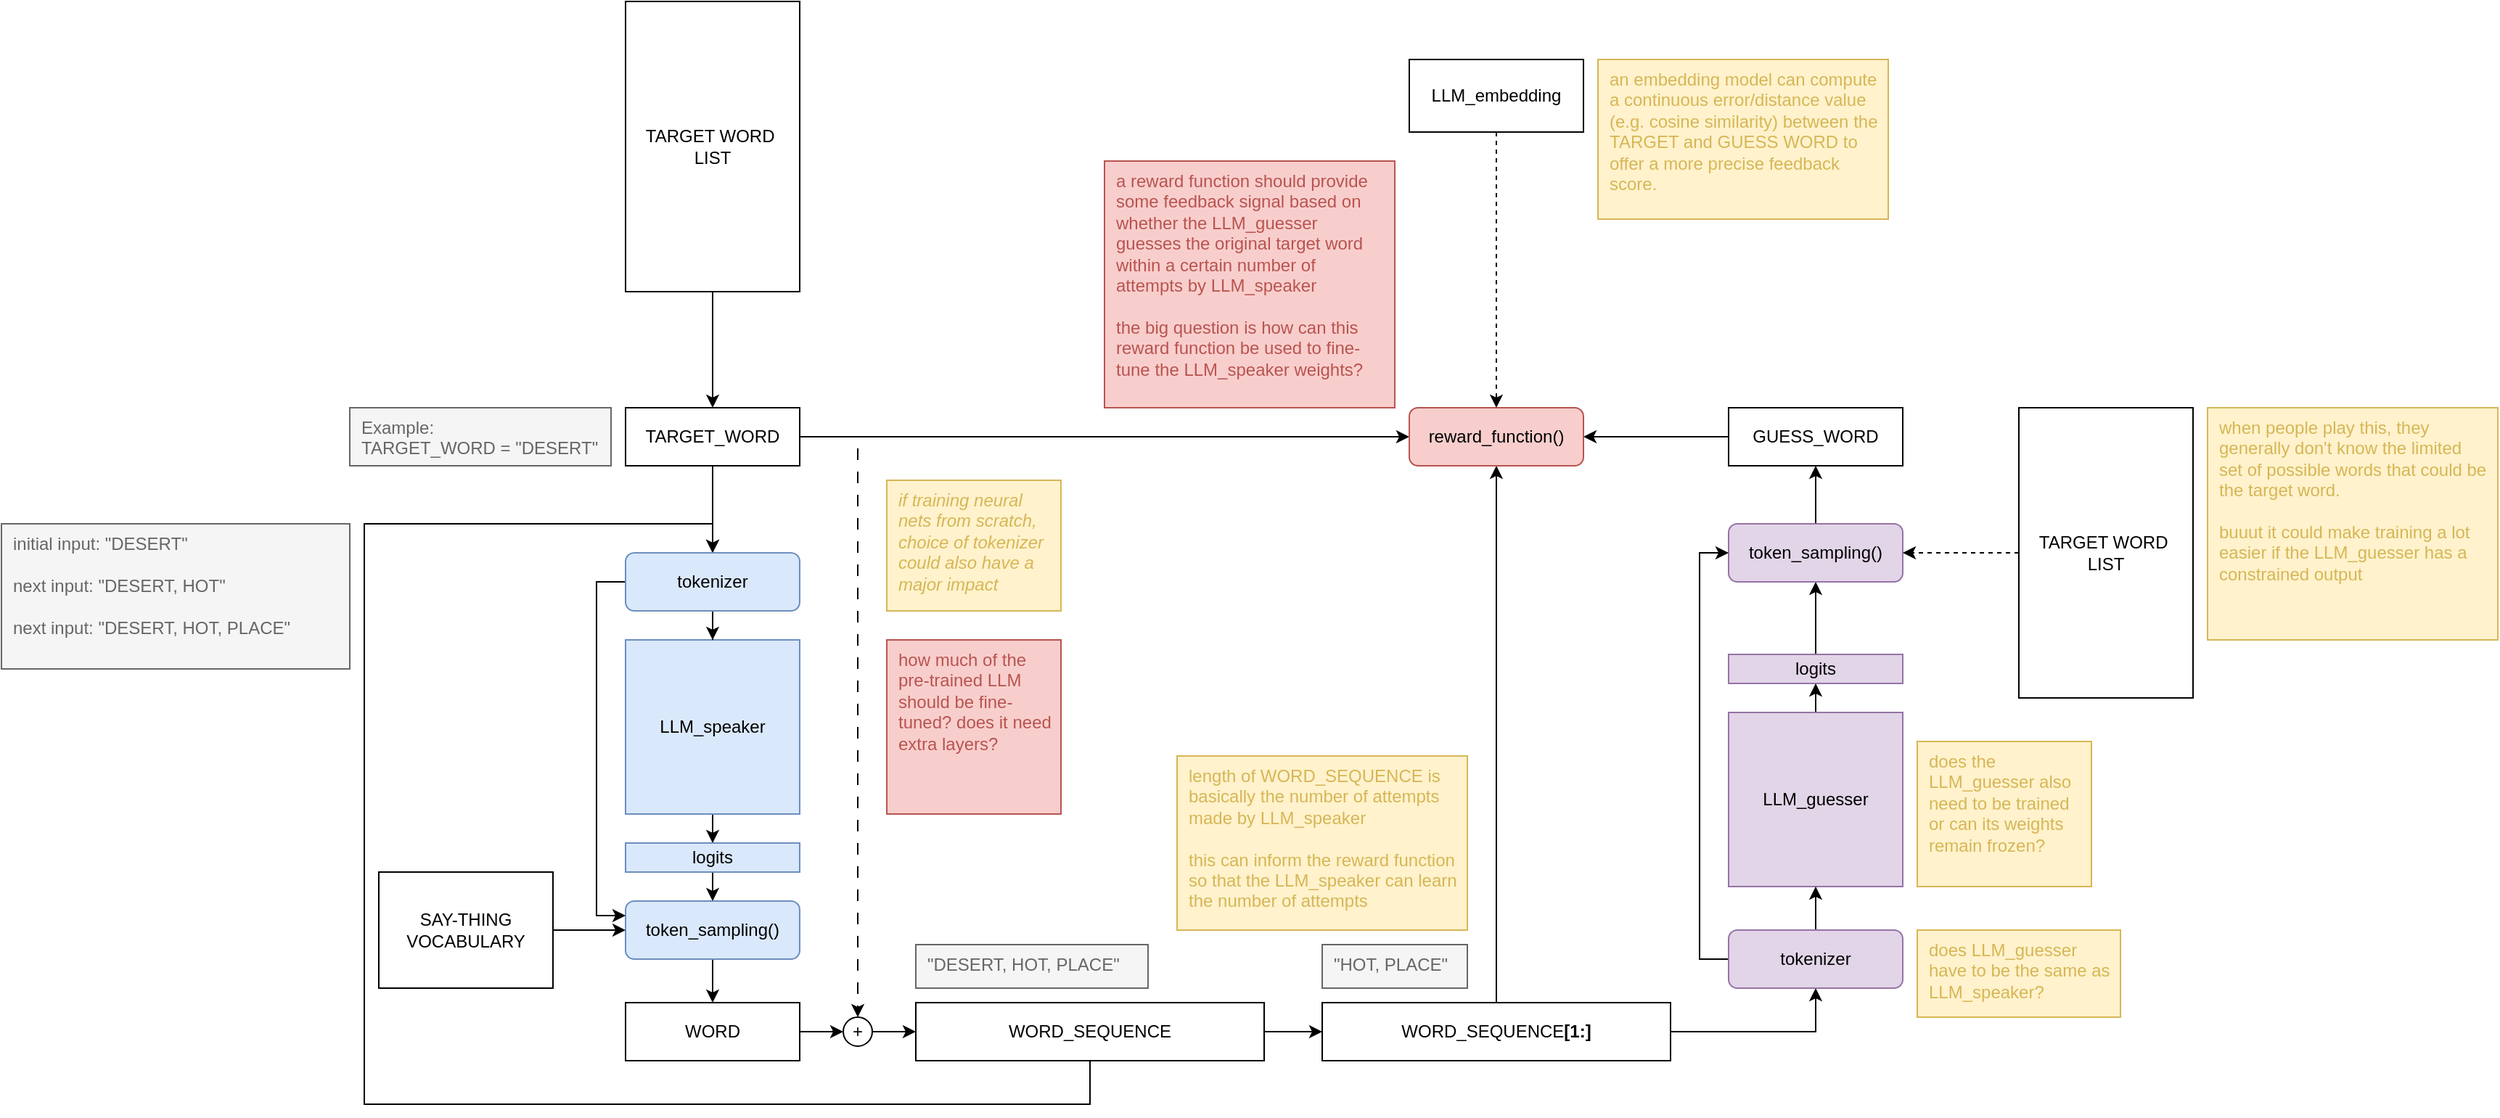
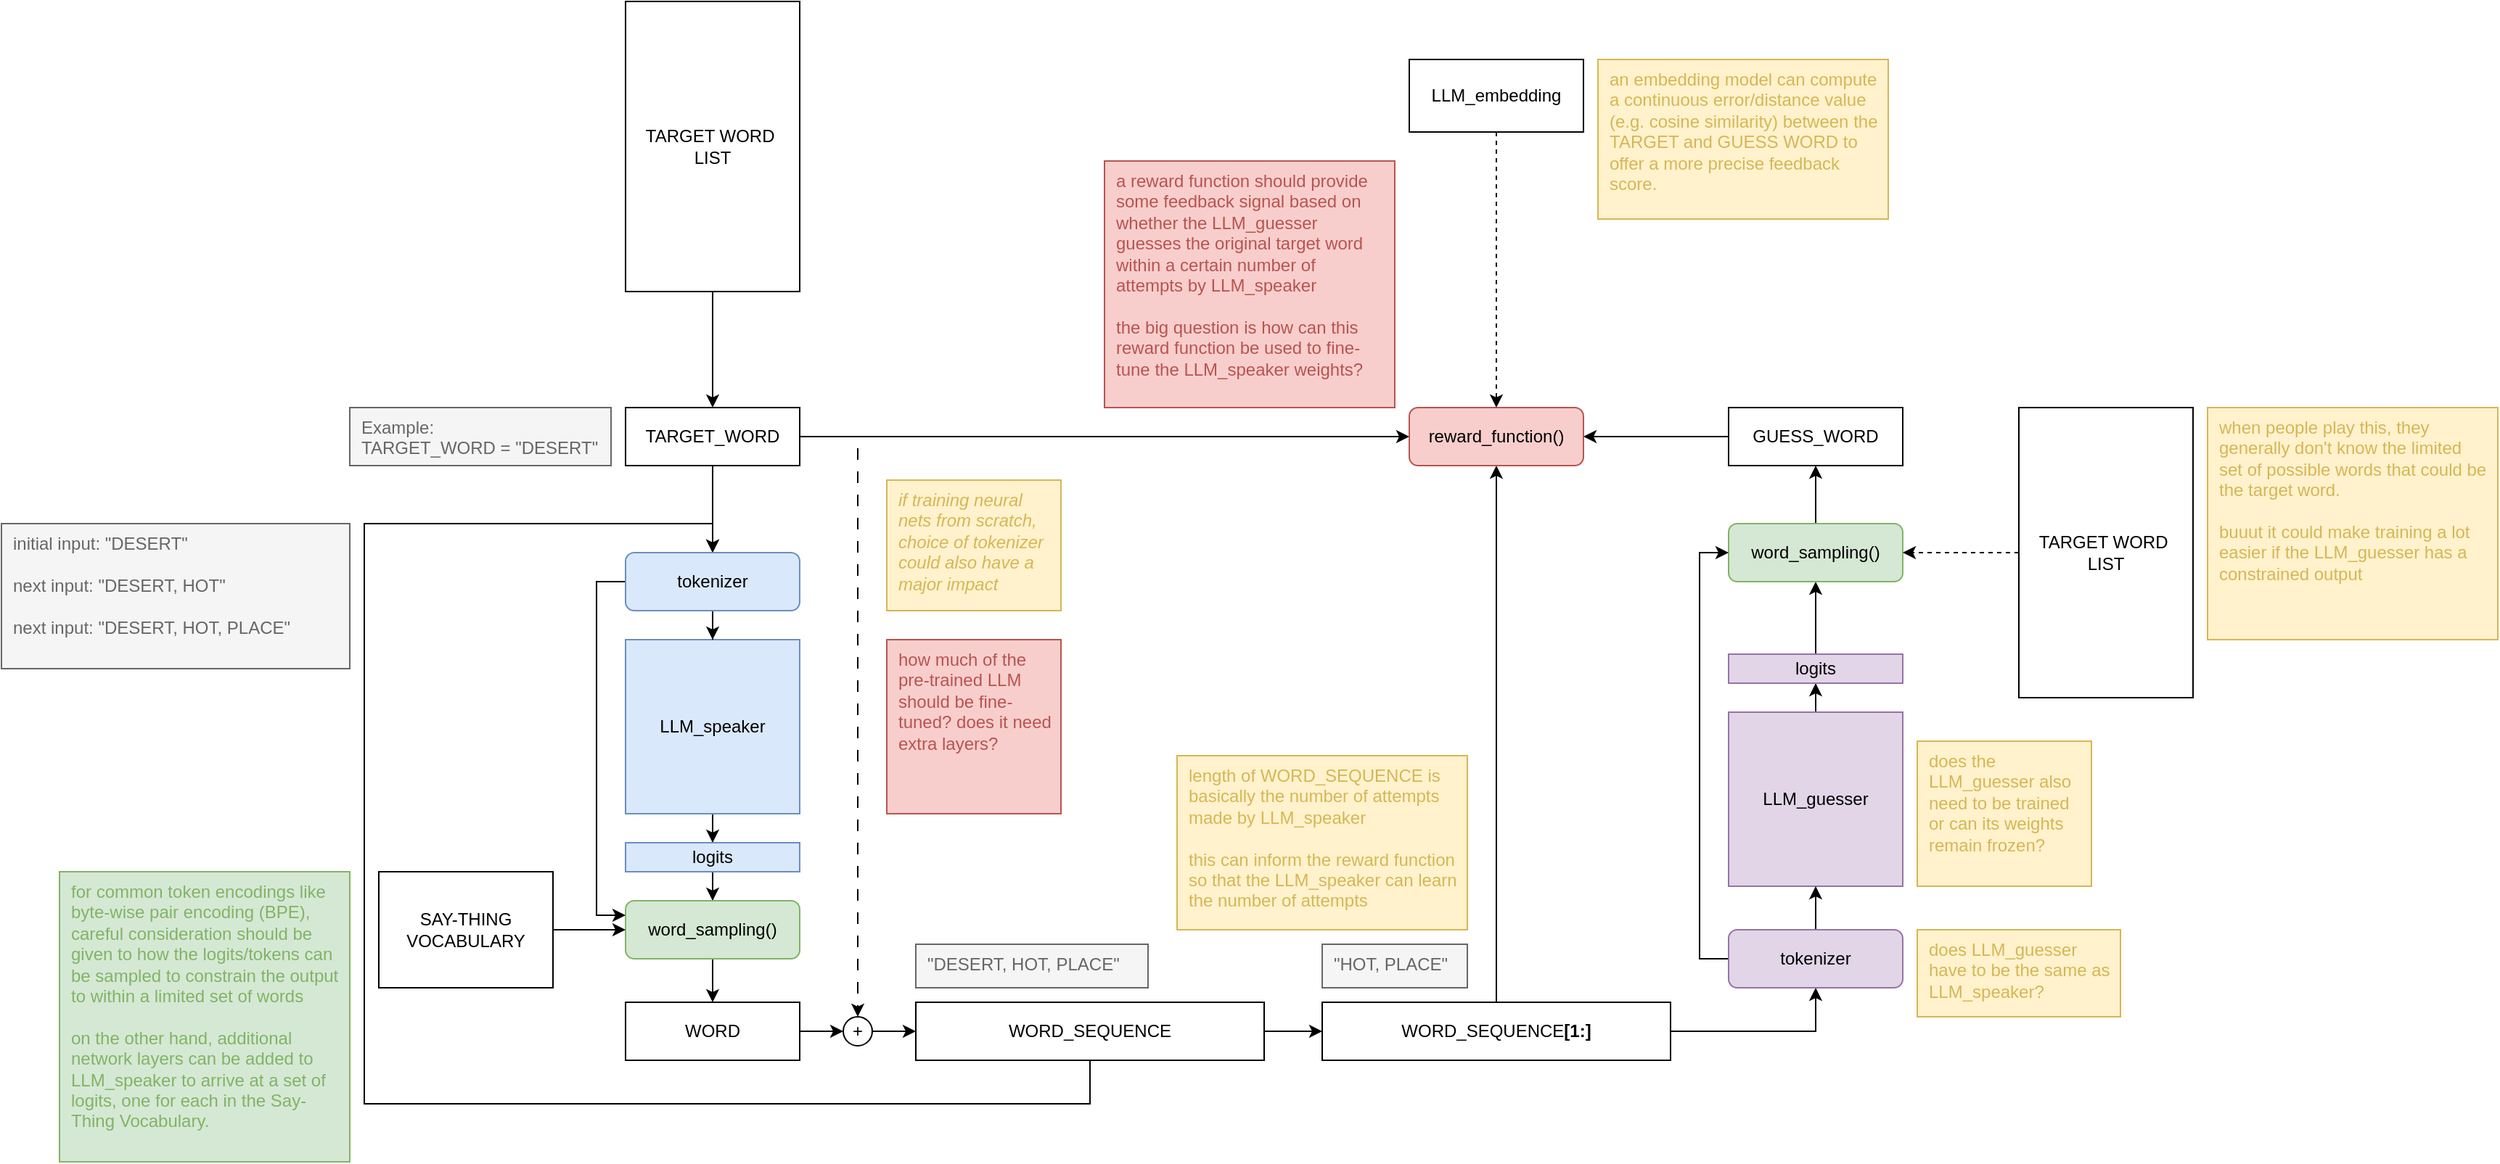
<mxfile host="Electron" agent="Mozilla/5.0 (Macintosh; Intel Mac OS X 10_15_7) AppleWebKit/537.36 (KHTML, like Gecko) draw.io/28.1.2 Chrome/138.0.7204.243 Electron/37.4.0 Safari/537.36" version="28.1.2">
  <diagram name="Page-1" id="pHoTCppMmkSffUbPw-OG">
-     <mxGraphModel dx="1826" dy="1259" grid="1" gridSize="10" guides="1" tooltips="1" connect="1" arrows="1" fold="1" page="0" pageScale="1" pageWidth="850" pageHeight="1100" math="0" shadow="0">
+     <mxGraphModel dx="1895" dy="1212" grid="1" gridSize="10" guides="1" tooltips="1" connect="1" arrows="1" fold="1" page="0" pageScale="1" pageWidth="850" pageHeight="1100" math="0" shadow="0">
      <root>
        <mxCell id="0" />
        <mxCell id="1" parent="0" />
        <mxCell id="xELkamH10cSAUg8blqq6-24" style="edgeStyle=orthogonalEdgeStyle;rounded=0;orthogonalLoop=1;jettySize=auto;html=1;entryX=0.5;entryY=0;entryDx=0;entryDy=0;dashed=1;dashPattern=8 8;" edge="1" parent="1" source="xELkamH10cSAUg8blqq6-1" target="xELkamH10cSAUg8blqq6-23">
          <mxGeometry relative="1" as="geometry" />
        </mxCell>
        <mxCell id="xELkamH10cSAUg8blqq6-42" style="edgeStyle=orthogonalEdgeStyle;rounded=0;orthogonalLoop=1;jettySize=auto;html=1;entryX=0.5;entryY=0;entryDx=0;entryDy=0;" edge="1" parent="1" source="xELkamH10cSAUg8blqq6-1" target="xELkamH10cSAUg8blqq6-41">
          <mxGeometry relative="1" as="geometry" />
        </mxCell>
        <mxCell id="xELkamH10cSAUg8blqq6-46" style="edgeStyle=orthogonalEdgeStyle;rounded=0;orthogonalLoop=1;jettySize=auto;html=1;entryX=0;entryY=0.5;entryDx=0;entryDy=0;" edge="1" parent="1" source="xELkamH10cSAUg8blqq6-1" target="xELkamH10cSAUg8blqq6-45">
          <mxGeometry relative="1" as="geometry" />
        </mxCell>
        <mxCell id="xELkamH10cSAUg8blqq6-1" value="TARGET_WORD" style="rounded=0;whiteSpace=wrap;html=1;" vertex="1" parent="1">
          <mxGeometry x="280" y="120" width="120" height="40" as="geometry" />
        </mxCell>
        <mxCell id="xELkamH10cSAUg8blqq6-21" style="edgeStyle=orthogonalEdgeStyle;rounded=0;orthogonalLoop=1;jettySize=auto;html=1;entryX=0.5;entryY=0;entryDx=0;entryDy=0;" edge="1" parent="1" source="xELkamH10cSAUg8blqq6-2" target="xELkamH10cSAUg8blqq6-3">
          <mxGeometry relative="1" as="geometry" />
        </mxCell>
        <mxCell id="xELkamH10cSAUg8blqq6-2" value="LLM_speaker" style="rounded=0;whiteSpace=wrap;html=1;fillColor=#dae8fc;strokeColor=#6c8ebf;" vertex="1" parent="1">
          <mxGeometry x="280" y="280" width="120" height="120" as="geometry" />
        </mxCell>
        <mxCell id="xELkamH10cSAUg8blqq6-20" style="edgeStyle=orthogonalEdgeStyle;rounded=0;orthogonalLoop=1;jettySize=auto;html=1;entryX=0.5;entryY=0;entryDx=0;entryDy=0;" edge="1" parent="1" source="xELkamH10cSAUg8blqq6-3" target="xELkamH10cSAUg8blqq6-5">
          <mxGeometry relative="1" as="geometry" />
        </mxCell>
        <mxCell id="xELkamH10cSAUg8blqq6-3" value="logits" style="rounded=0;whiteSpace=wrap;html=1;fillColor=#dae8fc;strokeColor=#6c8ebf;" vertex="1" parent="1">
          <mxGeometry x="280" y="420" width="120" height="20" as="geometry" />
        </mxCell>
        <mxCell id="xELkamH10cSAUg8blqq6-11" style="edgeStyle=orthogonalEdgeStyle;rounded=0;orthogonalLoop=1;jettySize=auto;html=1;entryX=0.5;entryY=0;entryDx=0;entryDy=0;" edge="1" parent="1" source="xELkamH10cSAUg8blqq6-5" target="xELkamH10cSAUg8blqq6-10">
          <mxGeometry relative="1" as="geometry" />
        </mxCell>
-         <mxCell id="xELkamH10cSAUg8blqq6-5" value="token_sampling()" style="rounded=1;whiteSpace=wrap;html=1;fillColor=#dae8fc;strokeColor=#6c8ebf;" vertex="1" parent="1">
+         <mxCell id="xELkamH10cSAUg8blqq6-5" value="word_sampling()" style="rounded=1;whiteSpace=wrap;html=1;fillColor=#d5e8d4;strokeColor=#82b366;" vertex="1" parent="1">
          <mxGeometry x="280" y="460" width="120" height="40" as="geometry" />
        </mxCell>
        <mxCell id="xELkamH10cSAUg8blqq6-7" style="edgeStyle=orthogonalEdgeStyle;rounded=0;orthogonalLoop=1;jettySize=auto;html=1;entryX=0.5;entryY=0;entryDx=0;entryDy=0;" edge="1" parent="1" source="xELkamH10cSAUg8blqq6-6" target="xELkamH10cSAUg8blqq6-1">
          <mxGeometry relative="1" as="geometry" />
        </mxCell>
        <mxCell id="xELkamH10cSAUg8blqq6-6" value="TARGET WORD&amp;nbsp;&lt;div&gt;LIST&lt;/div&gt;" style="rounded=0;whiteSpace=wrap;html=1;" vertex="1" parent="1">
          <mxGeometry x="280" y="-160" width="120" height="200" as="geometry" />
        </mxCell>
        <mxCell id="xELkamH10cSAUg8blqq6-9" style="edgeStyle=orthogonalEdgeStyle;rounded=0;orthogonalLoop=1;jettySize=auto;html=1;entryX=0;entryY=0.5;entryDx=0;entryDy=0;" edge="1" parent="1" source="xELkamH10cSAUg8blqq6-8" target="xELkamH10cSAUg8blqq6-5">
          <mxGeometry relative="1" as="geometry" />
        </mxCell>
        <mxCell id="xELkamH10cSAUg8blqq6-8" value="SAY-THING VOCABULARY" style="rounded=0;whiteSpace=wrap;html=1;" vertex="1" parent="1">
          <mxGeometry x="110" y="440" width="120" height="80" as="geometry" />
        </mxCell>
        <mxCell id="xELkamH10cSAUg8blqq6-25" style="edgeStyle=orthogonalEdgeStyle;rounded=0;orthogonalLoop=1;jettySize=auto;html=1;entryX=0;entryY=0.5;entryDx=0;entryDy=0;" edge="1" parent="1" source="xELkamH10cSAUg8blqq6-10" target="xELkamH10cSAUg8blqq6-23">
          <mxGeometry relative="1" as="geometry" />
        </mxCell>
        <mxCell id="xELkamH10cSAUg8blqq6-10" value="WORD" style="rounded=0;whiteSpace=wrap;html=1;" vertex="1" parent="1">
          <mxGeometry x="280" y="530" width="120" height="40" as="geometry" />
        </mxCell>
        <mxCell id="xELkamH10cSAUg8blqq6-27" style="edgeStyle=orthogonalEdgeStyle;rounded=0;orthogonalLoop=1;jettySize=auto;html=1;entryX=0.5;entryY=0;entryDx=0;entryDy=0;exitX=0.5;exitY=1;exitDx=0;exitDy=0;" edge="1" parent="1" source="xELkamH10cSAUg8blqq6-12" target="xELkamH10cSAUg8blqq6-41">
          <mxGeometry relative="1" as="geometry">
            <Array as="points">
              <mxPoint x="600" y="600" />
              <mxPoint x="100" y="600" />
              <mxPoint x="100" y="200" />
              <mxPoint x="340" y="200" />
            </Array>
          </mxGeometry>
        </mxCell>
        <mxCell id="xELkamH10cSAUg8blqq6-31" style="edgeStyle=orthogonalEdgeStyle;rounded=0;orthogonalLoop=1;jettySize=auto;html=1;entryX=0;entryY=0.5;entryDx=0;entryDy=0;" edge="1" parent="1" source="xELkamH10cSAUg8blqq6-12" target="xELkamH10cSAUg8blqq6-28">
          <mxGeometry relative="1" as="geometry" />
        </mxCell>
        <mxCell id="xELkamH10cSAUg8blqq6-12" value="WORD_SEQUENCE" style="rounded=0;whiteSpace=wrap;html=1;" vertex="1" parent="1">
          <mxGeometry x="480" y="530" width="240" height="40" as="geometry" />
        </mxCell>
        <mxCell id="xELkamH10cSAUg8blqq6-18" value="initial input: &quot;DESERT&quot;&lt;div&gt;&lt;br&gt;&lt;/div&gt;&lt;div&gt;next input: &quot;DESERT, HOT&quot;&lt;/div&gt;&lt;div&gt;&lt;br&gt;&lt;/div&gt;&lt;div&gt;next input: &quot;DESERT, HOT, PLACE&quot;&lt;/div&gt;" style="rounded=0;whiteSpace=wrap;html=1;fillColor=#f5f5f5;strokeColor=#666666;align=left;verticalAlign=top;spacingLeft=6;spacingRight=6;fontColor=#666666;" vertex="1" parent="1">
          <mxGeometry x="-150" y="200" width="240" height="100" as="geometry" />
        </mxCell>
        <mxCell id="xELkamH10cSAUg8blqq6-19" value="Example:&lt;div&gt;TARGET_WORD = &quot;DESERT&quot;&lt;/div&gt;" style="rounded=0;whiteSpace=wrap;html=1;fillColor=#f5f5f5;strokeColor=#666666;align=left;verticalAlign=top;spacingLeft=6;spacingRight=6;fontColor=#666666;" vertex="1" parent="1">
          <mxGeometry x="90" y="120" width="180" height="40" as="geometry" />
        </mxCell>
        <mxCell id="xELkamH10cSAUg8blqq6-26" style="edgeStyle=orthogonalEdgeStyle;rounded=0;orthogonalLoop=1;jettySize=auto;html=1;entryX=0;entryY=0.5;entryDx=0;entryDy=0;" edge="1" parent="1" source="xELkamH10cSAUg8blqq6-23" target="xELkamH10cSAUg8blqq6-12">
          <mxGeometry relative="1" as="geometry" />
        </mxCell>
        <mxCell id="xELkamH10cSAUg8blqq6-23" value="+" style="ellipse;whiteSpace=wrap;html=1;aspect=fixed;" vertex="1" parent="1">
          <mxGeometry x="430" y="540" width="20" height="20" as="geometry" />
        </mxCell>
        <mxCell id="xELkamH10cSAUg8blqq6-33" style="edgeStyle=orthogonalEdgeStyle;rounded=0;orthogonalLoop=1;jettySize=auto;html=1;entryX=0.5;entryY=1;entryDx=0;entryDy=0;" edge="1" parent="1" source="xELkamH10cSAUg8blqq6-28" target="xELkamH10cSAUg8blqq6-58">
          <mxGeometry relative="1" as="geometry" />
        </mxCell>
        <mxCell id="xELkamH10cSAUg8blqq6-48" style="edgeStyle=orthogonalEdgeStyle;rounded=0;orthogonalLoop=1;jettySize=auto;html=1;entryX=0.5;entryY=1;entryDx=0;entryDy=0;" edge="1" parent="1" source="xELkamH10cSAUg8blqq6-28" target="xELkamH10cSAUg8blqq6-45">
          <mxGeometry relative="1" as="geometry" />
        </mxCell>
        <mxCell id="xELkamH10cSAUg8blqq6-28" value="WORD_SEQUENCE&lt;b&gt;[1:]&lt;/b&gt;" style="rounded=0;whiteSpace=wrap;html=1;" vertex="1" parent="1">
          <mxGeometry x="760" y="530" width="240" height="40" as="geometry" />
        </mxCell>
        <mxCell id="xELkamH10cSAUg8blqq6-29" value="&lt;div&gt;&quot;DESERT, HOT, PLACE&quot;&lt;/div&gt;" style="rounded=0;whiteSpace=wrap;html=1;fillColor=#f5f5f5;strokeColor=#666666;align=left;verticalAlign=top;spacingLeft=6;spacingRight=6;fontColor=#666666;" vertex="1" parent="1">
          <mxGeometry x="480" y="490" width="160" height="30" as="geometry" />
        </mxCell>
        <mxCell id="xELkamH10cSAUg8blqq6-30" value="&lt;div&gt;&quot;HOT, PLACE&quot;&lt;/div&gt;" style="rounded=0;whiteSpace=wrap;html=1;fillColor=#f5f5f5;strokeColor=#666666;align=left;verticalAlign=top;spacingLeft=6;spacingRight=6;fontColor=#666666;" vertex="1" parent="1">
          <mxGeometry x="760" y="490" width="100" height="30" as="geometry" />
        </mxCell>
        <mxCell id="xELkamH10cSAUg8blqq6-50" style="edgeStyle=orthogonalEdgeStyle;rounded=0;orthogonalLoop=1;jettySize=auto;html=1;entryX=0.5;entryY=1;entryDx=0;entryDy=0;" edge="1" parent="1" source="xELkamH10cSAUg8blqq6-32" target="xELkamH10cSAUg8blqq6-34">
          <mxGeometry relative="1" as="geometry" />
        </mxCell>
        <mxCell id="xELkamH10cSAUg8blqq6-32" value="LLM_guesser" style="rounded=0;whiteSpace=wrap;html=1;fillColor=#e1d5e7;strokeColor=#9673a6;" vertex="1" parent="1">
          <mxGeometry x="1040" y="330" width="120" height="120" as="geometry" />
        </mxCell>
        <mxCell id="xELkamH10cSAUg8blqq6-40" style="edgeStyle=orthogonalEdgeStyle;rounded=0;orthogonalLoop=1;jettySize=auto;html=1;entryX=0.5;entryY=1;entryDx=0;entryDy=0;" edge="1" parent="1" source="xELkamH10cSAUg8blqq6-34" target="xELkamH10cSAUg8blqq6-35">
          <mxGeometry relative="1" as="geometry" />
        </mxCell>
        <mxCell id="xELkamH10cSAUg8blqq6-34" value="logits" style="rounded=0;whiteSpace=wrap;html=1;fillColor=#e1d5e7;strokeColor=#9673a6;" vertex="1" parent="1">
          <mxGeometry x="1040" y="290" width="120" height="20" as="geometry" />
        </mxCell>
        <mxCell id="xELkamH10cSAUg8blqq6-49" style="edgeStyle=orthogonalEdgeStyle;rounded=0;orthogonalLoop=1;jettySize=auto;html=1;entryX=0.5;entryY=1;entryDx=0;entryDy=0;" edge="1" parent="1" source="xELkamH10cSAUg8blqq6-35" target="xELkamH10cSAUg8blqq6-44">
          <mxGeometry relative="1" as="geometry" />
        </mxCell>
-         <mxCell id="xELkamH10cSAUg8blqq6-35" value="token_sampling()" style="rounded=1;whiteSpace=wrap;html=1;fillColor=#e1d5e7;strokeColor=#9673a6;" vertex="1" parent="1">
+         <mxCell id="xELkamH10cSAUg8blqq6-35" value="word_sampling()" style="rounded=1;whiteSpace=wrap;html=1;fillColor=#d5e8d4;strokeColor=#82b366;" vertex="1" parent="1">
          <mxGeometry x="1040" y="200" width="120" height="40" as="geometry" />
        </mxCell>
        <mxCell id="xELkamH10cSAUg8blqq6-38" style="edgeStyle=orthogonalEdgeStyle;rounded=0;orthogonalLoop=1;jettySize=auto;html=1;entryX=1;entryY=0.5;entryDx=0;entryDy=0;dashed=1;" edge="1" parent="1" source="xELkamH10cSAUg8blqq6-37" target="xELkamH10cSAUg8blqq6-35">
          <mxGeometry relative="1" as="geometry" />
        </mxCell>
        <mxCell id="xELkamH10cSAUg8blqq6-37" value="TARGET WORD&amp;nbsp;&lt;div&gt;LIST&lt;/div&gt;" style="rounded=0;whiteSpace=wrap;html=1;" vertex="1" parent="1">
          <mxGeometry x="1240" y="120" width="120" height="200" as="geometry" />
        </mxCell>
        <mxCell id="xELkamH10cSAUg8blqq6-39" value="when people play this, they generally don&#39;t know the limited set of possible words that could be the target word.&lt;div&gt;&lt;br&gt;&lt;/div&gt;&lt;div&gt;buuut it could make training a lot easier if the LLM_guesser has a constrained output&lt;/div&gt;" style="rounded=0;whiteSpace=wrap;html=1;fillColor=#fff2cc;strokeColor=#d6b656;align=left;verticalAlign=top;spacingLeft=6;spacingRight=6;fontColor=#D6B656;" vertex="1" parent="1">
          <mxGeometry x="1370" y="120" width="200" height="160" as="geometry" />
        </mxCell>
        <mxCell id="xELkamH10cSAUg8blqq6-43" style="edgeStyle=orthogonalEdgeStyle;rounded=0;orthogonalLoop=1;jettySize=auto;html=1;entryX=0.5;entryY=0;entryDx=0;entryDy=0;" edge="1" parent="1" source="xELkamH10cSAUg8blqq6-41" target="xELkamH10cSAUg8blqq6-2">
          <mxGeometry relative="1" as="geometry" />
        </mxCell>
        <mxCell id="xELkamH10cSAUg8blqq6-63" style="edgeStyle=orthogonalEdgeStyle;rounded=0;orthogonalLoop=1;jettySize=auto;html=1;entryX=0;entryY=0.25;entryDx=0;entryDy=0;" edge="1" parent="1" source="xELkamH10cSAUg8blqq6-41" target="xELkamH10cSAUg8blqq6-5">
          <mxGeometry relative="1" as="geometry">
            <Array as="points">
              <mxPoint x="260" y="240" />
              <mxPoint x="260" y="470" />
            </Array>
          </mxGeometry>
        </mxCell>
        <mxCell id="xELkamH10cSAUg8blqq6-41" value="tokenizer" style="rounded=1;whiteSpace=wrap;html=1;fillColor=#dae8fc;strokeColor=#6c8ebf;" vertex="1" parent="1">
          <mxGeometry x="280" y="220" width="120" height="40" as="geometry" />
        </mxCell>
        <mxCell id="xELkamH10cSAUg8blqq6-47" style="edgeStyle=orthogonalEdgeStyle;rounded=0;orthogonalLoop=1;jettySize=auto;html=1;" edge="1" parent="1" source="xELkamH10cSAUg8blqq6-44" target="xELkamH10cSAUg8blqq6-45">
          <mxGeometry relative="1" as="geometry" />
        </mxCell>
        <mxCell id="xELkamH10cSAUg8blqq6-44" value="GUESS_WORD" style="rounded=0;whiteSpace=wrap;html=1;" vertex="1" parent="1">
          <mxGeometry x="1040" y="120" width="120" height="40" as="geometry" />
        </mxCell>
        <mxCell id="xELkamH10cSAUg8blqq6-45" value="reward_function()" style="rounded=1;whiteSpace=wrap;html=1;fillColor=#f8cecc;strokeColor=#b85450;" vertex="1" parent="1">
          <mxGeometry x="820" y="120" width="120" height="40" as="geometry" />
        </mxCell>
        <mxCell id="xELkamH10cSAUg8blqq6-51" value="a reward function should provide some feedback signal based on whether the LLM_guesser guesses the original target word within a certain number of attempts by LLM_speaker&lt;div&gt;&lt;br&gt;&lt;/div&gt;&lt;div&gt;the big question is how can this reward function be used to fine-tune the LLM_speaker weights?&lt;/div&gt;" style="rounded=0;whiteSpace=wrap;html=1;fillColor=#f8cecc;strokeColor=#b85450;align=left;verticalAlign=top;spacingLeft=6;spacingRight=6;fontColor=#B85450;" vertex="1" parent="1">
          <mxGeometry x="610" y="-50" width="200" height="170" as="geometry" />
        </mxCell>
        <mxCell id="xELkamH10cSAUg8blqq6-52" value="length of WORD_SEQUENCE is basically the number of attempts made by LLM_speaker&lt;div&gt;&lt;br&gt;&lt;/div&gt;&lt;div&gt;this can inform the reward function so that the LLM_speaker can learn the number of attempts&lt;/div&gt;" style="rounded=0;whiteSpace=wrap;html=1;fillColor=#fff2cc;strokeColor=#d6b656;align=left;verticalAlign=top;spacingLeft=6;spacingRight=6;fontColor=#D6B656;" vertex="1" parent="1">
          <mxGeometry x="660" y="360" width="200" height="120" as="geometry" />
        </mxCell>
        <mxCell id="xELkamH10cSAUg8blqq6-54" style="edgeStyle=orthogonalEdgeStyle;rounded=0;orthogonalLoop=1;jettySize=auto;html=1;entryX=0.5;entryY=0;entryDx=0;entryDy=0;dashed=1;" edge="1" parent="1" source="xELkamH10cSAUg8blqq6-53" target="xELkamH10cSAUg8blqq6-45">
          <mxGeometry relative="1" as="geometry">
            <Array as="points">
              <mxPoint x="880" y="-20" />
              <mxPoint x="880" y="-20" />
            </Array>
          </mxGeometry>
        </mxCell>
        <mxCell id="xELkamH10cSAUg8blqq6-53" value="LLM_embedding" style="rounded=0;whiteSpace=wrap;html=1;" vertex="1" parent="1">
          <mxGeometry x="820" y="-120" width="120" height="50" as="geometry" />
        </mxCell>
        <mxCell id="xELkamH10cSAUg8blqq6-55" value="an embedding model can compute a continuous error/distance value (e.g. cosine similarity) between the TARGET and GUESS WORD to offer a more precise feedback score." style="rounded=0;whiteSpace=wrap;html=1;fillColor=#fff2cc;strokeColor=#d6b656;align=left;verticalAlign=top;spacingLeft=6;spacingRight=6;fontColor=#D6B656;" vertex="1" parent="1">
          <mxGeometry x="950" y="-120" width="200" height="110" as="geometry" />
        </mxCell>
        <mxCell id="xELkamH10cSAUg8blqq6-56" value="does the LLM_guesser also need to be trained or can its weights remain frozen?" style="rounded=0;whiteSpace=wrap;html=1;fillColor=#fff2cc;strokeColor=#d6b656;align=left;verticalAlign=top;spacingLeft=6;spacingRight=6;fontColor=#D6B656;" vertex="1" parent="1">
          <mxGeometry x="1170" y="350" width="120" height="100" as="geometry" />
        </mxCell>
        <mxCell id="xELkamH10cSAUg8blqq6-59" style="edgeStyle=orthogonalEdgeStyle;rounded=0;orthogonalLoop=1;jettySize=auto;html=1;entryX=0.5;entryY=1;entryDx=0;entryDy=0;" edge="1" parent="1" source="xELkamH10cSAUg8blqq6-58" target="xELkamH10cSAUg8blqq6-32">
          <mxGeometry relative="1" as="geometry" />
        </mxCell>
        <mxCell id="xELkamH10cSAUg8blqq6-64" style="edgeStyle=orthogonalEdgeStyle;rounded=0;orthogonalLoop=1;jettySize=auto;html=1;entryX=0;entryY=0.5;entryDx=0;entryDy=0;" edge="1" parent="1" source="xELkamH10cSAUg8blqq6-58" target="xELkamH10cSAUg8blqq6-35">
          <mxGeometry relative="1" as="geometry">
            <Array as="points">
              <mxPoint x="1020" y="500" />
              <mxPoint x="1020" y="220" />
            </Array>
          </mxGeometry>
        </mxCell>
        <mxCell id="xELkamH10cSAUg8blqq6-58" value="tokenizer" style="rounded=1;whiteSpace=wrap;html=1;fillColor=#e1d5e7;strokeColor=#9673a6;" vertex="1" parent="1">
          <mxGeometry x="1040" y="480" width="120" height="40" as="geometry" />
        </mxCell>
        <mxCell id="xELkamH10cSAUg8blqq6-60" value="&lt;i&gt;if training neural nets from scratch, choice of tokenizer could also have a major impact&lt;/i&gt;" style="rounded=0;whiteSpace=wrap;html=1;fillColor=#fff2cc;strokeColor=#d6b656;align=left;verticalAlign=top;spacingLeft=6;spacingRight=6;fontColor=#D6B656;" vertex="1" parent="1">
          <mxGeometry x="460" y="170" width="120" height="90" as="geometry" />
        </mxCell>
        <mxCell id="xELkamH10cSAUg8blqq6-61" value="does LLM_guesser have to be the same as LLM_speaker?" style="rounded=0;whiteSpace=wrap;html=1;fillColor=#fff2cc;strokeColor=#d6b656;align=left;verticalAlign=top;spacingLeft=6;spacingRight=6;fontColor=#D6B656;" vertex="1" parent="1">
          <mxGeometry x="1170" y="480" width="140" height="60" as="geometry" />
        </mxCell>
        <mxCell id="xELkamH10cSAUg8blqq6-62" value="how much of the pre-trained LLM should be fine-tuned? does it need extra layers?" style="rounded=0;whiteSpace=wrap;html=1;fillColor=#f8cecc;strokeColor=#b85450;align=left;verticalAlign=top;spacingLeft=6;spacingRight=6;fontColor=#B85450;" vertex="1" parent="1">
          <mxGeometry x="460" y="280" width="120" height="120" as="geometry" />
+         </mxCell>
+         <mxCell id="xELkamH10cSAUg8blqq6-65" value="&lt;font color=&quot;#82b366&quot;&gt;for common token encodings like byte-wise pair encoding (BPE), careful consideration should be given to how the logits/tokens can be sampled to constrain the output to within a limited set of words&lt;/font&gt;&lt;div&gt;&lt;font color=&quot;#82b366&quot;&gt;&lt;br&gt;&lt;/font&gt;&lt;/div&gt;&lt;div&gt;&lt;font color=&quot;#82b366&quot;&gt;on the other hand, additional network layers can be added to LLM_speaker to arrive at a set of logits, one for each in the Say-Thing Vocabulary.&lt;/font&gt;&lt;/div&gt;" style="rounded=0;whiteSpace=wrap;html=1;fillColor=#d5e8d4;strokeColor=#82B366;align=left;verticalAlign=top;spacingLeft=6;spacingRight=6;" vertex="1" parent="1">
+           <mxGeometry x="-110" y="440" width="200" height="200" as="geometry" />
        </mxCell>
      </root>
    </mxGraphModel>
  </diagram>
</mxfile>
